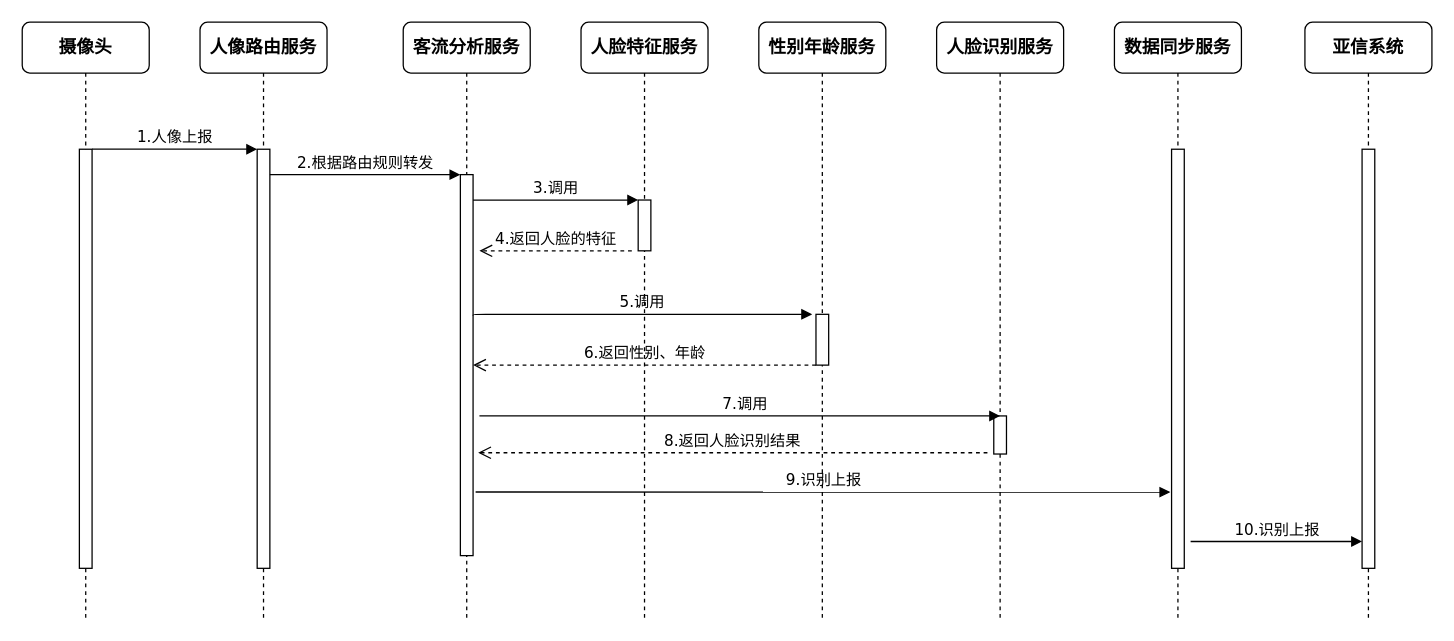
Above: page "客流分析" (1 of 4) of 客流分析.drawio in xiaoxinyi/draw-io (draw.io), before the change. Source tidied: cells renumbered, new cells numbered last; positions are measured from the earlier drawing's top-left corner, leaving out a move shared by most shapes. Both pictures are drawn from the tidied source at 127%, with x=0, y=0 at pixel (22, 22).
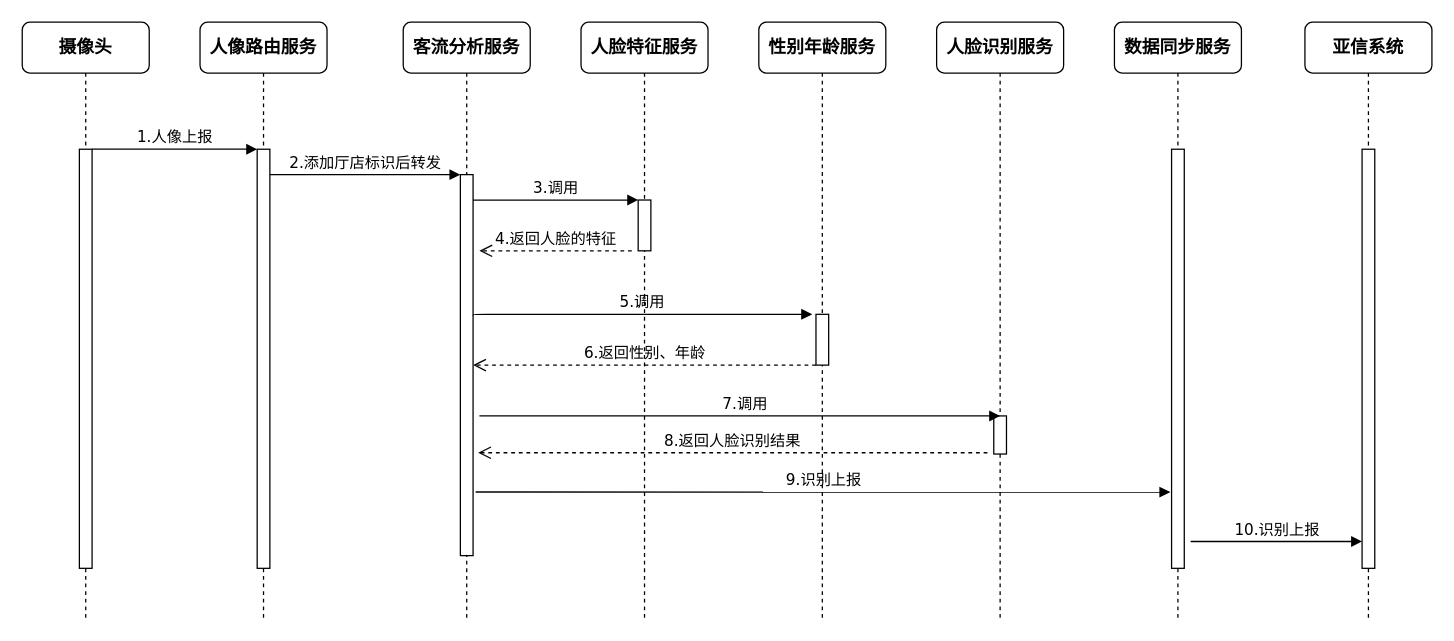
The same diagram, later.

Unchanged cells that the change refers to:
```xml
<mxCell id="4" style="html=1;points=[];perimeter=orthogonalPerimeter;rounded=0;shadow=0;comic=0;labelBackgroundColor=none;strokeColor=#000000;strokeWidth=1;fillColor=#FFFFFF;fontFamily=Verdana;fontSize=12;fontColor=#000000;align=center;" parent="3" vertex="1">
  <mxGeometry x="45" y="100" width="10" height="330" as="geometry" />
</mxCell>
<mxCell id="6" style="html=1;points=[];perimeter=orthogonalPerimeter;rounded=0;shadow=0;comic=0;labelBackgroundColor=none;strokeColor=#000000;strokeWidth=1;fillColor=#FFFFFF;fontFamily=Verdana;fontSize=12;fontColor=#000000;align=center;" parent="5" vertex="1">
  <mxGeometry x="45" y="120" width="10" height="300" as="geometry" />
</mxCell>
```

Diff of the diagram source:
```diff
@@
-    <mxCell id="24" value="2.根据路由规则转发" style="html=1;verticalAlign=bottom;endArrow=block;entryX=0;entryY=0;labelBackgroundColor=none;fontFamily=Verdana;fontSize=12;edgeStyle=elbowEdgeStyle;elbow=vertical;" parent="1" edge="1" source="4" target="6">
+    <mxCell id="24" value="2.添加厅店标识后转发" style="html=1;verticalAlign=bottom;endArrow=block;entryX=0;entryY=0;labelBackgroundColor=none;fontFamily=Verdana;fontSize=12;edgeStyle=elbowEdgeStyle;elbow=vertical;" parent="1" edge="1" source="4" target="6">
       <mxGeometry relative="1" as="geometry" />
     </mxCell>
```
